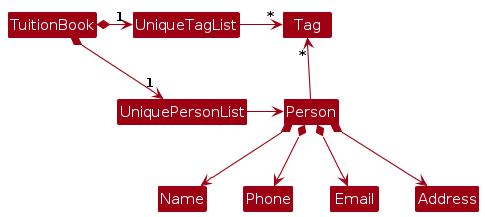
This is diagrams/BetterModelClassDiagram.png from AY2627S1-CS2103T-T16-2/tp, a PlantUML export, as it was before one commit. Its source is kept beside it as diagrams/BetterModelClassDiagram.puml.
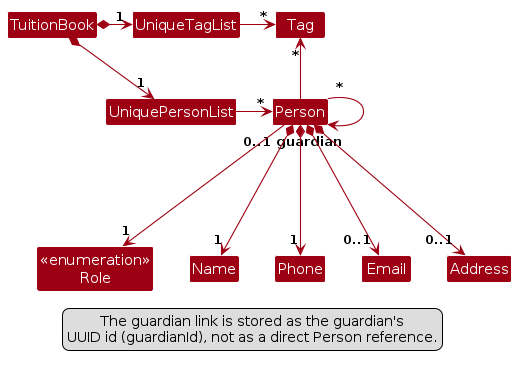
After the commit.

The edit, as a diff of the source:
```diff
@@ -4,18 +4,26 @@
 skinparam arrowColor MODEL_COLOR
 skinparam classBackgroundColor MODEL_COLOR
 
+Class "<<enumeration>>\nRole" as Role
+
 TuitionBook *-right-> "1" UniquePersonList
 TuitionBook *-right-> "1" UniqueTagList
 UniqueTagList -[hidden]down- UniquePersonList
-UniqueTagList -[hidden]down- UniquePersonList
 
 UniqueTagList -right-> "*" Tag
-UniquePersonList -right-> Person
+UniquePersonList -right-> "*" Person
 
 Person -up-> "*" Tag
+Person "*" --> "0..1 guardian" Person
 
-Person *--> Name
-Person *--> Phone
-Person *--> Email
-Person *--> Address
+Person ---> "1" Role
+Person *---> "1" Name
+Person *---> "1" Phone
+Person *---> "0..1" Email
+Person *---> "0..1" Address
+
+legend bottom
+  The guardian link is stored as the guardian's
+  UUID id (guardianId), not as a direct Person reference.
+end legend
 @enduml
```
